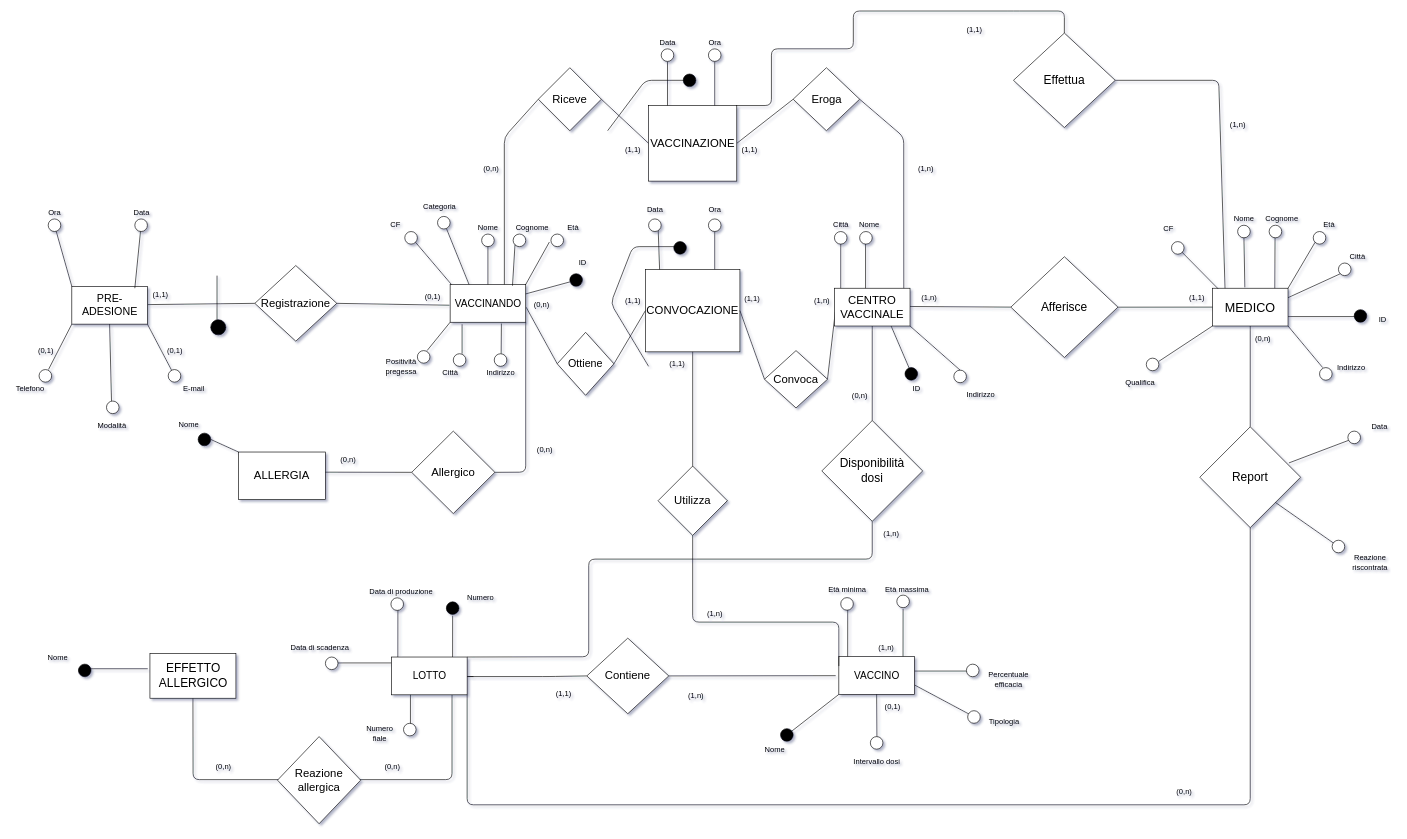
Above: page "ERristr" (1 of 2) of bd/Schema E/ERsenzagen.drawio in shaggyishere/VaccineDatabase (draw.io), before the change. Source tidied: cells renumbered, new cells numbered last; positions are measured from the earlier drawing's top-left corner, leaving out a move shared by most shapes. Both pictures are drawn from the tidied source at 63%, with x=0, y=0 at pixel (10, 11).
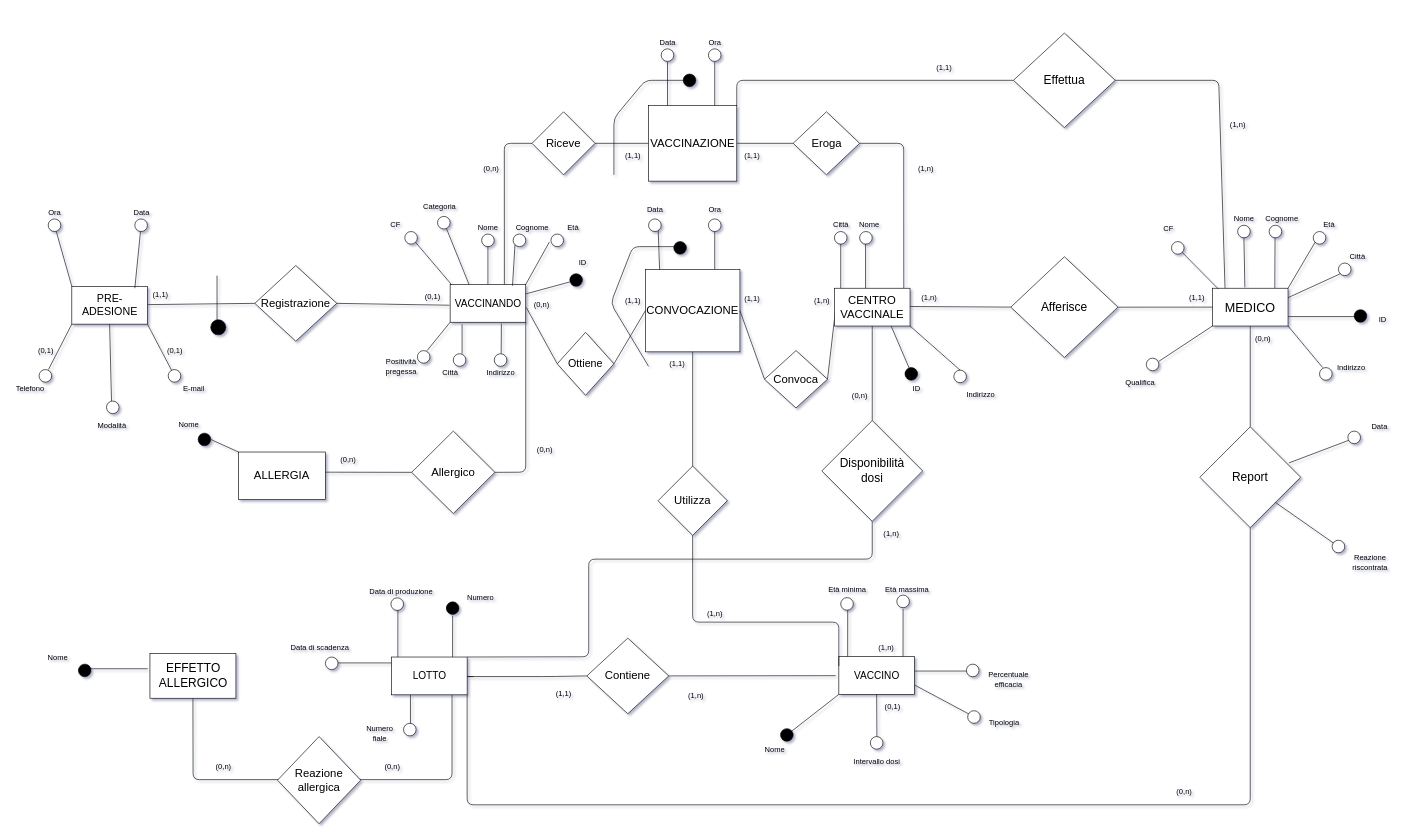
Above is the later version.

The change refers to these unchanged cells:
```xml
<mxCell id="19" value="&lt;font style=&quot;font-size: 18px&quot;&gt;VACCINAZIONE&lt;/font&gt;" style="rectangle;whiteSpace=wrap;html=1;strokeWidth=1;fillColor=#FFFFFF;" parent="1" vertex="1">
  <mxGeometry x="1013" y="150" width="140" height="120" as="geometry" />
</mxCell>
<mxCell id="216" value="&lt;font style=&quot;font-size: 19px&quot;&gt;Effettua&lt;/font&gt;" style="rhombus;whiteSpace=wrap;html=1;" parent="1" vertex="1">
  <mxGeometry x="1592.2" y="35" width="161.5" height="150" as="geometry" />
</mxCell>
```

The edit, as a diff of the source:
```diff
@@
     <mxCell id="15" style="endArrow=none;html=1;exitX=0.384;exitY=0.024;exitDx=0;exitDy=0;exitPerimeter=0;entryX=0;entryY=0.5;entryDx=0;entryDy=0;" parent="1" edge="1" target="164">
       <mxGeometry relative="1" as="geometry">
         <mxPoint x="784.1" y="441.4" as="sourcePoint" />
         <Array as="points">
-          <mxPoint x="784" y="200" />
+          <mxPoint x="784" y="210" />
         </Array>
       </mxGeometry>
     </mxCell>
     <mxCell id="16" style="endArrow=none;html=1;exitX=0.384;exitY=0.024;exitDx=0;exitDy=0;exitPerimeter=0;entryX=1;entryY=0.5;entryDx=0;entryDy=0;" parent="1" edge="1" target="163">
       <mxGeometry relative="1" as="geometry">
         <mxPoint x="1418.1" y="440" as="sourcePoint" />
         <Array as="points">
-          <mxPoint x="1418" y="200" />
+          <mxPoint x="1418" y="210" />
         </Array>
       </mxGeometry>
     </mxCell>
@@
     <mxCell id="163" value="&lt;font style=&quot;font-size: 18px&quot;&gt;Eroga&lt;/font&gt;" style="rhombus;whiteSpace=wrap;html=1;" parent="1" vertex="1">
-      <mxGeometry x="1242.5" y="90" width="105.5" height="100" as="geometry" />
+      <mxGeometry x="1242.5" y="160" width="105.5" height="100" as="geometry" />
     </mxCell>
     <mxCell id="164" value="&lt;font style=&quot;font-size: 18px&quot;&gt;Riceve&lt;/font&gt;" style="rhombus;whiteSpace=wrap;html=1;" parent="1" vertex="1">
-      <mxGeometry x="838" y="90" width="100" height="100" as="geometry" />
+      <mxGeometry x="828" y="160" width="100" height="100" as="geometry" />
     </mxCell>
@@
     <mxCell id="169" value="(1,1)" style="text;html=1;align=center;verticalAlign=middle;strokeColor=none;" parent="1" vertex="1">
-      <mxGeometry x="1153" y="210" width="40" height="20" as="geometry" />
+      <mxGeometry x="1157" y="220" width="40" height="20" as="geometry" />
     </mxCell>
     <mxCell id="170" value="(1,1)" style="text;html=1;align=center;verticalAlign=middle;strokeColor=none;" parent="1" vertex="1">
-      <mxGeometry x="968" y="210" width="40" height="20" as="geometry" />
+      <mxGeometry x="968" y="220" width="40" height="20" as="geometry" />
     </mxCell>
     <mxCell id="171" style="endArrow=none;html=1;" parent="1" edge="1">
       <mxGeometry relative="1" as="geometry">
         <mxPoint x="1078" y="110" as="sourcePoint" />
-        <mxPoint x="948" y="190" as="targetPoint" />
+        <mxPoint x="958" y="260" as="targetPoint" />
         <Array as="points">
           <mxPoint x="1008" y="110" />
+          <mxPoint x="958" y="170" />
         </Array>
       </mxGeometry>
     </mxCell>
@@
+    <mxCell id="220" value="(1,1)" style="text;html=1;align=center;verticalAlign=middle;strokeColor=none;" parent="1" vertex="1">
+      <mxGeometry x="1462" y="80" width="40" height="20" as="geometry" />
+    </mxCell>
-    <mxCell id="219" style="endArrow=none;html=1;exitX=1;exitY=0;exitDx=0;exitDy=0;entryX=0.5;entryY=0;entryDx=0;entryDy=0;" parent="1" edge="1" source="19" target="216">
+    <mxCell id="219" style="endArrow=none;html=1;entryX=0;entryY=0.5;entryDx=0;entryDy=0;exitX=1;exitY=0;exitDx=0;exitDy=0;" parent="1" edge="1" source="19" target="216">
       <mxGeometry relative="1" as="geometry">
         <Array as="points">
-          <mxPoint x="1208" y="150" />
-          <mxPoint x="1208" y="60" />
-          <mxPoint x="1338" y="60" />
-          <mxPoint x="1338" />
-          <mxPoint x="1592" />
-          <mxPoint x="1673" />
+          <mxPoint x="1153" y="110" />
         </Array>
       </mxGeometry>
     </mxCell>
-    <mxCell id="220" value="(1,1)" style="text;html=1;align=center;verticalAlign=middle;strokeColor=none;" parent="1" vertex="1">
-      <mxGeometry x="1509.5" y="20" width="40" height="20" as="geometry" />
-    </mxCell>
```
